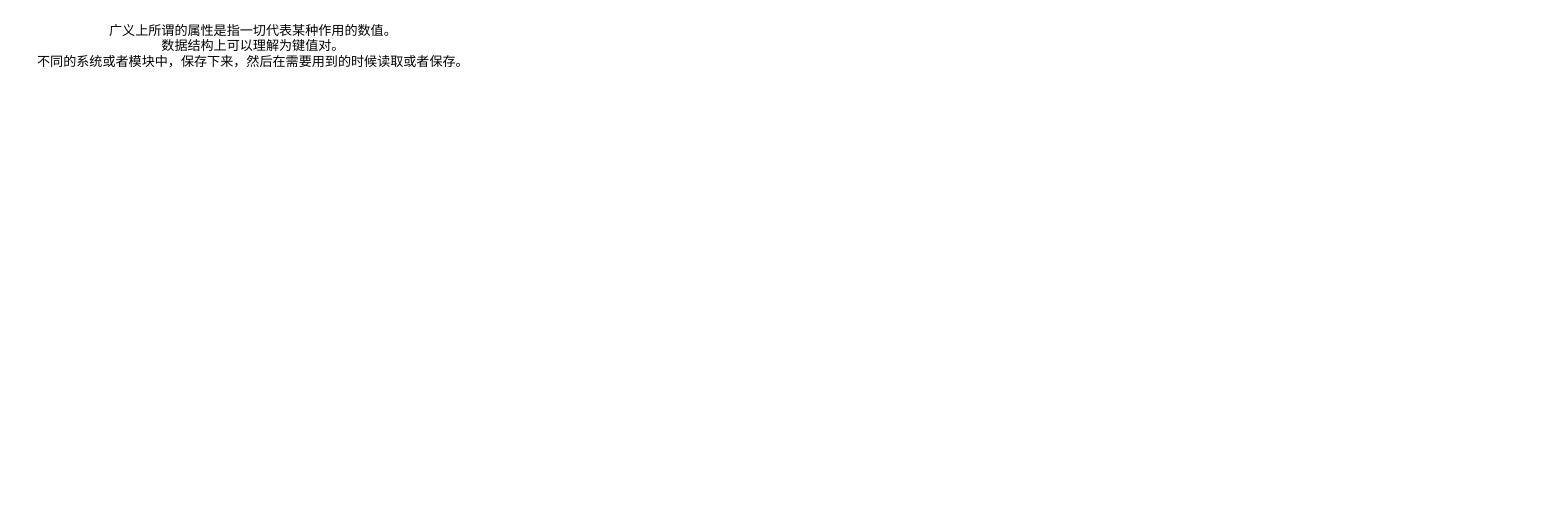
Above: 属性.drawio in junpfeng/UE (draw.io), before the change. Source tidied: cells renumbered, new cells numbered last; positions are measured from the earlier drawing's top-left corner, leaving out a move shared by most shapes. Both pictures are drawn from the tidied source at 109%, with x=0, y=0 at pixel (19, 19).
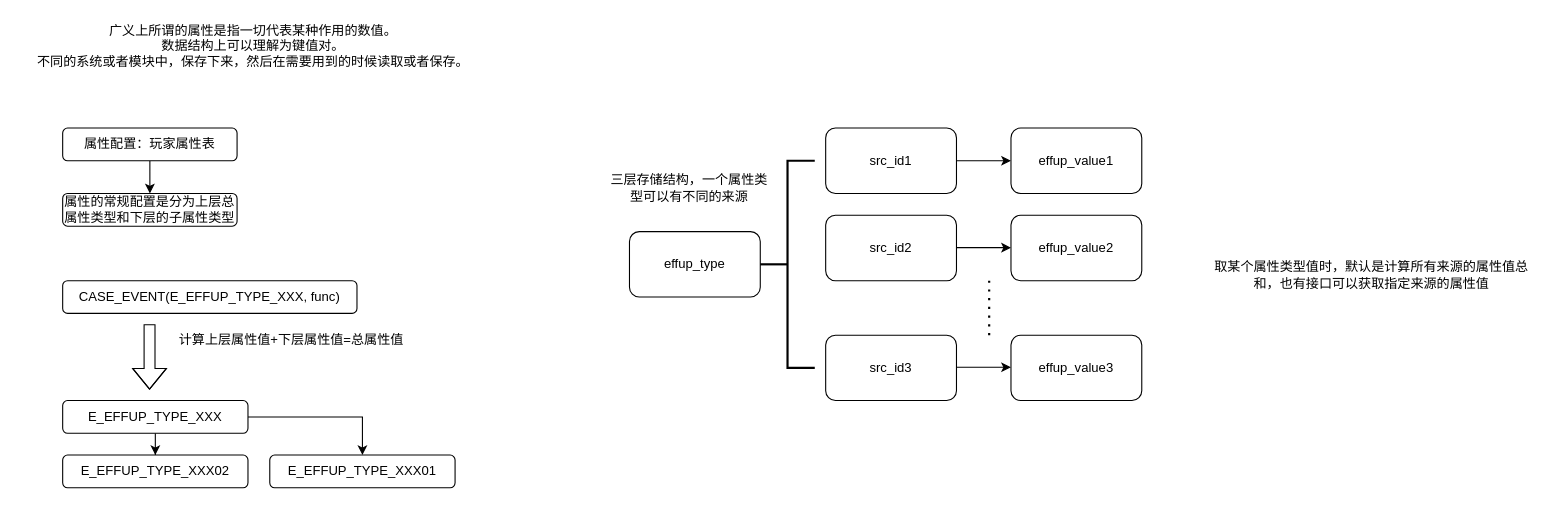
After the change.

Change to the diagram source:
```diff
@@
+    <mxCell id="3" style="edgeStyle=orthogonalEdgeStyle;rounded=0;jettySize=auto;html=1;" parent="1" edge="1" source="4" target="5">
+      <mxGeometry relative="1" as="geometry" />
+    </mxCell>
+    <mxCell id="4" value="属性配置：玩家属性表" style="rounded=1;whiteSpace=wrap;html=1;" parent="1" vertex="1">
+      <mxGeometry x="40" y="100" width="160" height="30" as="geometry" />
+    </mxCell>
+    <mxCell id="5" value="属性的常规配置是分为上层总属性类型和下层的子属性类型" style="rounded=1;whiteSpace=wrap;html=1;" parent="1" vertex="1">
+      <mxGeometry x="40" y="160" width="160" height="30" as="geometry" />
+    </mxCell>
+    <mxCell id="6" style="edgeStyle=orthogonalEdgeStyle;rounded=0;jettySize=auto;html=1;" parent="1" edge="1" source="8" target="9">
+      <mxGeometry relative="1" as="geometry" />
+    </mxCell>
+    <mxCell id="7" style="edgeStyle=orthogonalEdgeStyle;rounded=0;jettySize=auto;html=1;" parent="1" edge="1" source="8" target="10">
+      <mxGeometry relative="1" as="geometry" />
+    </mxCell>
+    <mxCell id="8" value="E_EFFUP_TYPE_XXX" style="rounded=1;whiteSpace=wrap;html=1;" parent="1" vertex="1">
+      <mxGeometry x="40" y="350" width="170" height="30" as="geometry" />
+    </mxCell>
+    <mxCell id="9" value="E_EFFUP_TYPE_XXX01" style="rounded=1;whiteSpace=wrap;html=1;" parent="1" vertex="1">
+      <mxGeometry x="230" y="400" width="170" height="30" as="geometry" />
+    </mxCell>
+    <mxCell id="10" value="E_EFFUP_TYPE_XXX02" style="rounded=1;whiteSpace=wrap;html=1;" parent="1" vertex="1">
+      <mxGeometry x="40" y="400" width="170" height="30" as="geometry" />
+    </mxCell>
+    <mxCell id="11" value="CASE_EVENT(E_EFFUP_TYPE_XXX, func)" style="rounded=1;whiteSpace=wrap;html=1;" parent="1" vertex="1">
+      <mxGeometry x="40" y="240" width="270" height="30" as="geometry" />
+    </mxCell>
+    <mxCell id="12" style="shape=flexArrow;endArrow=classic;html=1;rounded=0;" parent="1" edge="1">
+      <mxGeometry relative="1" as="geometry">
+        <mxPoint x="119.7" y="280" as="sourcePoint" />
+        <mxPoint x="119.7" y="340" as="targetPoint" />
+        <Array as="points">
+          <mxPoint x="119.7" y="320" />
+        </Array>
+      </mxGeometry>
+    </mxCell>
+    <mxCell id="13" value="计算上层属性值+下层属性值=总属性值" style="text;html=1;align=center;verticalAlign=middle;whiteSpace=wrap;rounded=0;" parent="1" vertex="1">
+      <mxGeometry x="140" y="280" width="220" height="30" as="geometry" />
+    </mxCell>
+    <mxCell id="14" value="src_id1" style="rounded=1;whiteSpace=wrap;html=1;" parent="1" vertex="1">
+      <mxGeometry x="740" y="100" width="120" height="60" as="geometry" />
+    </mxCell>
+    <mxCell id="15" value="effup_type" style="rounded=1;whiteSpace=wrap;html=1;" parent="1" vertex="1">
+      <mxGeometry x="560" y="195" width="120" height="60" as="geometry" />
+    </mxCell>
+    <mxCell id="16" value="effup_value1" style="rounded=1;whiteSpace=wrap;html=1;" parent="1" vertex="1">
+      <mxGeometry x="910" y="100" width="120" height="60" as="geometry" />
+    </mxCell>
+    <mxCell id="17" value="src_id2" style="rounded=1;whiteSpace=wrap;html=1;" parent="1" vertex="1">
+      <mxGeometry x="740" y="180" width="120" height="60" as="geometry" />
+    </mxCell>
+    <mxCell id="18" value="effup_value2" style="rounded=1;whiteSpace=wrap;html=1;" parent="1" vertex="1">
+      <mxGeometry x="910" y="180" width="120" height="60" as="geometry" />
+    </mxCell>
+    <mxCell id="19" value="src_id3" style="rounded=1;whiteSpace=wrap;html=1;" parent="1" vertex="1">
+      <mxGeometry x="740" y="290" width="120" height="60" as="geometry" />
+    </mxCell>
+    <mxCell id="20" value="effup_value3" style="rounded=1;whiteSpace=wrap;html=1;" parent="1" vertex="1">
+      <mxGeometry x="910" y="290" width="120" height="60" as="geometry" />
+    </mxCell>
+    <mxCell id="21" style="endArrow=none;dashed=1;html=1;dashPattern=1 3;strokeWidth=2;rounded=0;" parent="1" edge="1">
+      <mxGeometry relative="1" as="geometry">
+        <mxPoint x="890" y="290" as="sourcePoint" />
+        <mxPoint x="890" y="240" as="targetPoint" />
+      </mxGeometry>
+    </mxCell>
+    <mxCell id="22" style="strokeWidth=2;html=1;shape=mxgraph.flowchart.annotation_2;align=left;labelPosition=right;" parent="1" vertex="1">
+      <mxGeometry x="680" y="130" width="50" height="190" as="geometry" />
+    </mxCell>
+    <mxCell id="23" style="endArrow=classic;html=1;rounded=0;exitX=1;exitY=0.5;exitDx=0;exitDy=0;entryX=0;entryY=0.5;entryDx=0;entryDy=0;" parent="1" edge="1" source="14" target="16">
+      <mxGeometry relative="1" as="geometry" />
+    </mxCell>
+    <mxCell id="24" style="endArrow=classic;html=1;rounded=0;exitX=1;exitY=0.5;exitDx=0;exitDy=0;entryX=0;entryY=0.5;entryDx=0;entryDy=0;" parent="1" edge="1">
+      <mxGeometry relative="1" as="geometry">
+        <mxPoint x="860" y="209.7" as="sourcePoint" />
+        <mxPoint x="910" y="209.7" as="targetPoint" />
+      </mxGeometry>
+    </mxCell>
+    <mxCell id="25" style="endArrow=classic;html=1;rounded=0;exitX=1;exitY=0.5;exitDx=0;exitDy=0;entryX=0;entryY=0.5;entryDx=0;entryDy=0;" parent="1" edge="1">
+      <mxGeometry relative="1" as="geometry">
+        <mxPoint x="860" y="319.4" as="sourcePoint" />
+        <mxPoint x="910" y="319.4" as="targetPoint" />
+      </mxGeometry>
+    </mxCell>
+    <mxCell id="26" value="三层存储结构，一个属性类型可以有不同的来源" style="text;html=1;align=center;verticalAlign=middle;whiteSpace=wrap;rounded=0;" parent="1" vertex="1">
+      <mxGeometry x="540" y="140" width="150" height="30" as="geometry" />
+    </mxCell>
+    <mxCell id="27" value="取某个属性类型值时，默认是计算所有来源的属性值总和，也有接口可以获取指定来源的属性值" style="text;html=1;align=center;verticalAlign=middle;whiteSpace=wrap;rounded=0;" parent="1" vertex="1">
+      <mxGeometry x="1091" y="180" width="300" height="110" as="geometry" />
+    </mxCell>
```
